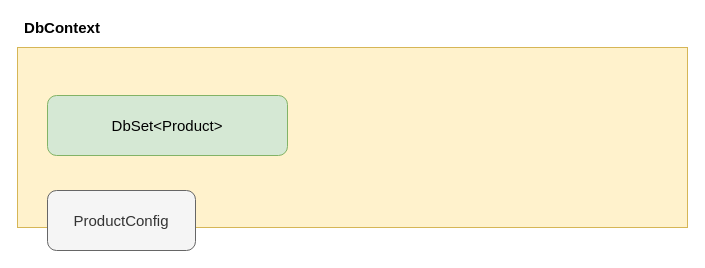
Before: page "EF CORE" (2 of 2) of Draws.drawio in zcomert/btk-akademi-aspnet-core-mvc-bootcamp-samsun, a draw.io diagram. Source tidied: cells renumbered, new cells numbered last; positions are measured from the earlier drawing's top-left corner, leaving out a move shared by most shapes. Both pictures are drawn from the tidied source at 100%, with x=0, y=0 at pixel (17, 17).
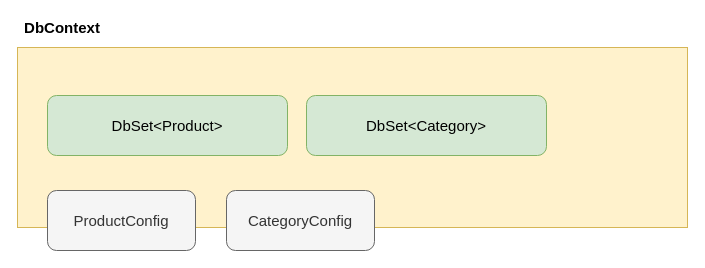
After the change.

Diff of the diagram source:
```diff
@@
 <mxGraphModel>
   <root>
     <mxCell id="0" />
     <mxCell id="1" parent="0" />
     <mxCell id="2" style="rounded=0;whiteSpace=wrap;html=1;fillColor=#fff2cc;strokeColor=#d6b656;" parent="1" vertex="1">
       <mxGeometry y="30" width="670" height="180" as="geometry" />
     </mxCell>
     <mxCell id="3" value="DbContext" style="text;html=1;strokeColor=none;fillColor=none;align=center;verticalAlign=middle;whiteSpace=wrap;rounded=0;fontSize=15;fontStyle=1;" parent="1" vertex="1">
       <mxGeometry width="90" height="20" as="geometry" />
     </mxCell>
     <mxCell id="4" value="DbSet&amp;lt;Product&amp;gt;" style="rounded=1;whiteSpace=wrap;html=1;fontSize=15;fillColor=#d5e8d4;strokeColor=#82b366;" parent="1" vertex="1">
       <mxGeometry x="30" y="78" width="240" height="60" as="geometry" />
     </mxCell>
     <mxCell id="5" value="ProductConfig" style="rounded=1;whiteSpace=wrap;html=1;fontSize=15;fillColor=#f5f5f5;strokeColor=#666666;fontColor=#333333;" parent="1" vertex="1">
       <mxGeometry x="30" y="173" width="148" height="60" as="geometry" />
     </mxCell>
+    <mxCell id="6" value="DbSet&amp;lt;Category&amp;gt;" style="rounded=1;whiteSpace=wrap;html=1;fontSize=15;fillColor=#d5e8d4;strokeColor=#82b366;" parent="1" vertex="1">
+      <mxGeometry x="289" y="78" width="240" height="60" as="geometry" />
+    </mxCell>
+    <mxCell id="7" value="CategoryConfig" style="rounded=1;whiteSpace=wrap;html=1;fontSize=15;fillColor=#f5f5f5;strokeColor=#666666;fontColor=#333333;" parent="1" vertex="1">
+      <mxGeometry x="209" y="173" width="148" height="60" as="geometry" />
+    </mxCell>
   </root>
 </mxGraphModel>
```
